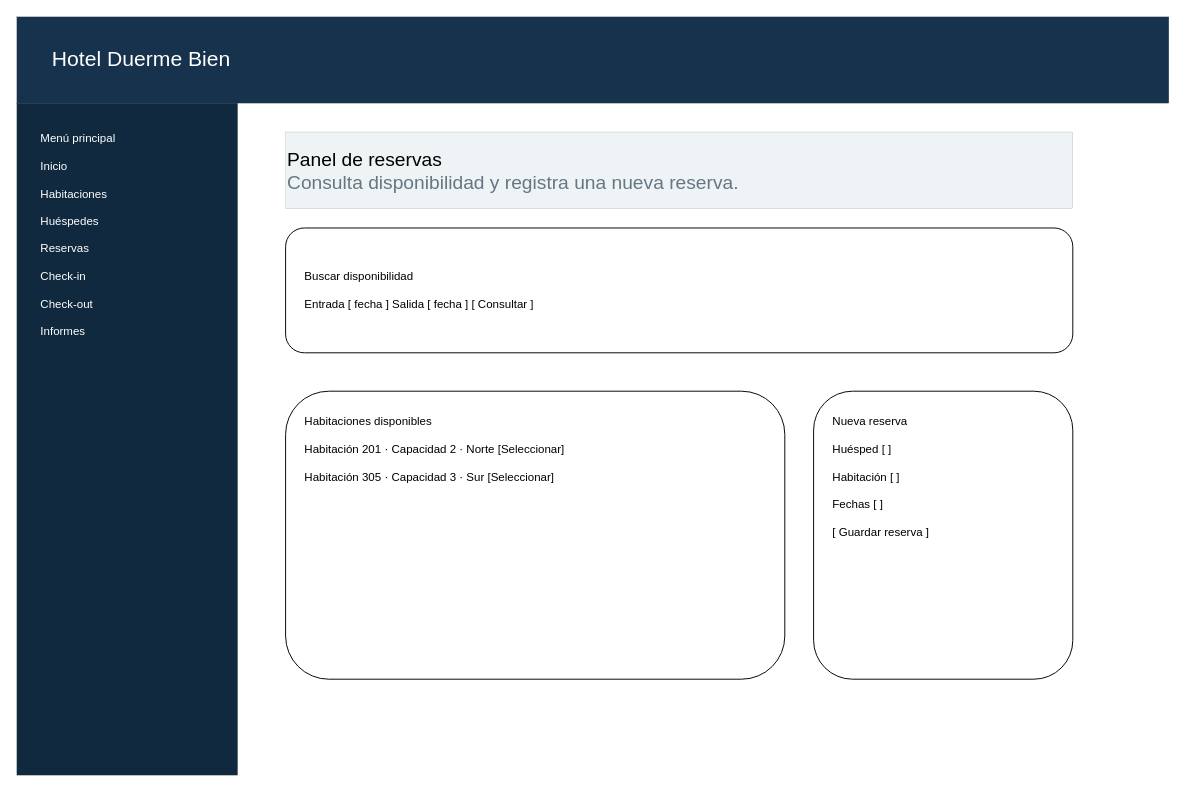
The draw.io diagram page "Mockup" (3 of 3) of diagramas-editables/10-interfaz-sketch-wireframe-mockup.drawio in Yutre3/diego, before the edit. Source tidied: cells renumbered, new cells numbered last; positions are measured from the earlier drawing's top-left corner, leaving out a move shared by most shapes. Both pictures are drawn from the tidied source at 96%, with x=0, y=0 at pixel (16, 16).
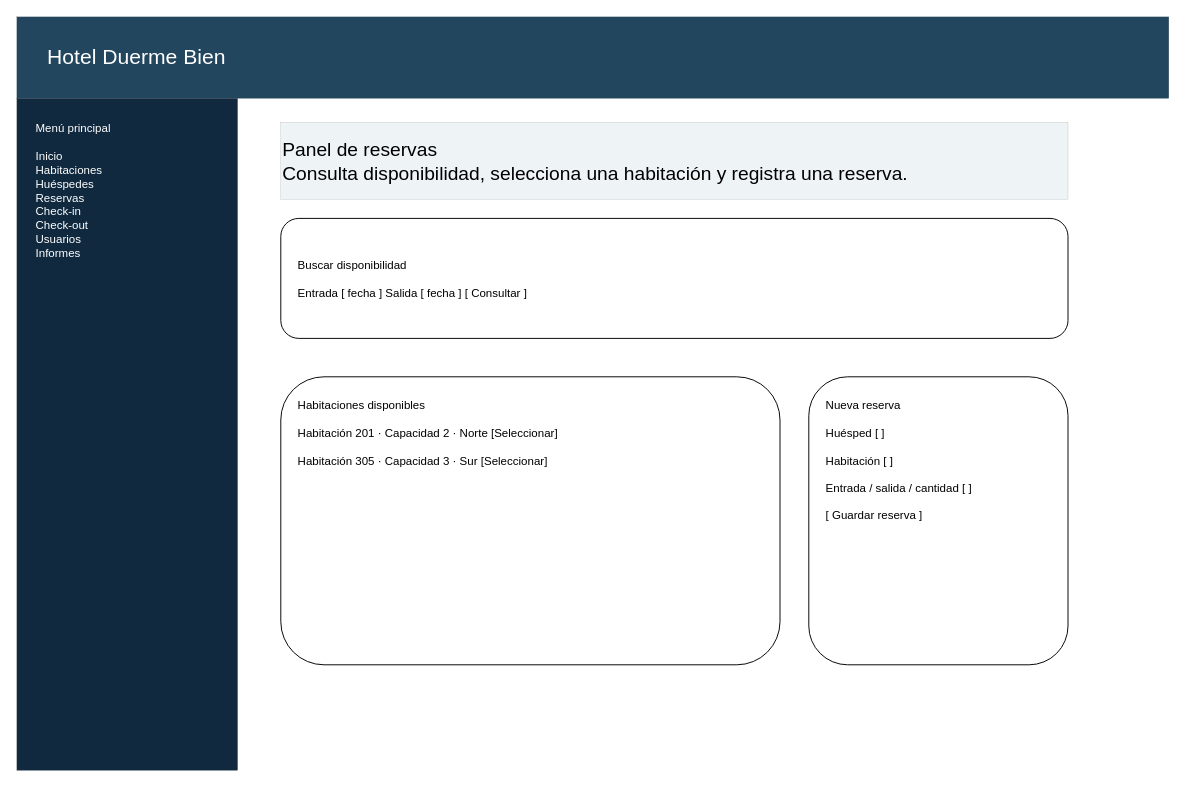
The same page after the edit.

The edit, as a diff of the source:
```diff
@@
 <mxGraphModel>
   <root>
     <mxCell id="0" />
     <mxCell id="1" parent="0" />
-    <mxCell id="2" value="Hotel Duerme Bien" style="rounded=0;whiteSpace=wrap;html=1;strokeWidth=0;fillColor=#17324d;fontColor=#ffffff;fontSize=22;align=left;spacingLeft=35;" parent="1" vertex="1">
-      <mxGeometry width="1200" height="90" as="geometry" />
+    <mxCell id="2" value="Hotel Duerme Bien" style="rounded=0;whiteSpace=wrap;html=1;strokeWidth=0;fillColor=#23465f;fontColor=#ffffff;fontSize=22;align=left;spacingLeft=30;" parent="1" vertex="1">
+      <mxGeometry width="1200" height="85" as="geometry" />
     </mxCell>
-    <mxCell id="3" value="Menú principal&lt;br&gt;&lt;br&gt;Inicio&lt;br&gt;&lt;br&gt;Habitaciones&lt;br&gt;&lt;br&gt;Huéspedes&lt;br&gt;&lt;br&gt;Reservas&lt;br&gt;&lt;br&gt;Check-in&lt;br&gt;&lt;br&gt;Check-out&lt;br&gt;&lt;br&gt;Informes" style="rounded=0;whiteSpace=wrap;html=1;strokeWidth=0;fillColor=#10293f;fontColor=#ffffff;align=left;verticalAlign=top;spacing=25;" parent="1" vertex="1">
-      <mxGeometry y="90" width="230" height="700" as="geometry" />
+    <mxCell id="3" value="Menú principal&#10;&#10;Inicio&#10;Habitaciones&#10;Huéspedes&#10;Reservas&#10;Check-in&#10;Check-out&#10;Usuarios&#10;Informes" style="rounded=0;whiteSpace=wrap;html=1;strokeWidth=0;fillColor=#10293f;fontColor=#ffffff;align=left;verticalAlign=top;spacing=20;" parent="1" vertex="1">
+      <mxGeometry y="85" width="230" height="700" as="geometry" />
     </mxCell>
-    <mxCell id="4" value="Panel de reservas&lt;br&gt;&lt;font color='#667782'&gt;Consulta disponibilidad y registra una nueva reserva.&lt;/font&gt;" style="rounded=0;whiteSpace=wrap;html=1;strokeWidth=0;fillColor=#eef3f5;align=left;fontSize=20;" parent="1" vertex="1">
-      <mxGeometry x="280" y="120" width="820" height="80" as="geometry" />
+    <mxCell id="4" value="Panel de reservas&#10;Consulta disponibilidad, selecciona una habitación y registra una reserva." style="rounded=0;whiteSpace=wrap;html=1;strokeWidth=0;fillColor=#eef3f5;align=left;fontSize=20;" parent="1" vertex="1">
+      <mxGeometry x="275" y="110" width="820" height="80" as="geometry" />
     </mxCell>
-    <mxCell id="5" value="Buscar disponibilidad&lt;br&gt;&lt;br&gt;Entrada     [ fecha ]      Salida     [ fecha ]                     [ Consultar ]" style="rounded=1;whiteSpace=wrap;html=1;strokeWidth=1;fillColor=#ffffff;align=left;spacing=20;" parent="1" vertex="1">
-      <mxGeometry x="280" y="220" width="820" height="130" as="geometry" />
+    <mxCell id="5" value="Buscar disponibilidad&#10;&#10;Entrada [ fecha ]     Salida [ fecha ]                 [ Consultar ]" style="rounded=1;whiteSpace=wrap;html=1;strokeWidth=1;fillColor=#ffffff;align=left;spacing=18;" parent="1" vertex="1">
+      <mxGeometry x="275" y="210" width="820" height="125" as="geometry" />
     </mxCell>
-    <mxCell id="6" value="Habitaciones disponibles&lt;br&gt;&lt;br&gt;Habitación 201 · Capacidad 2 · Norte          [Seleccionar]&lt;br&gt;&lt;br&gt;Habitación 305 · Capacidad 3 · Sur             [Seleccionar]" style="rounded=1;whiteSpace=wrap;html=1;strokeWidth=1;fillColor=#ffffff;align=left;verticalAlign=top;spacing=20;" parent="1" vertex="1">
-      <mxGeometry x="280" y="390" width="520" height="300" as="geometry" />
+    <mxCell id="6" value="Habitaciones disponibles&#10;&#10;Habitación 201 · Capacidad 2 · Norte          [Seleccionar]&#10;&#10;Habitación 305 · Capacidad 3 · Sur             [Seleccionar]" style="rounded=1;whiteSpace=wrap;html=1;strokeWidth=1;fillColor=#ffffff;align=left;verticalAlign=top;spacing=18;" parent="1" vertex="1">
+      <mxGeometry x="275" y="375" width="520" height="300" as="geometry" />
     </mxCell>
-    <mxCell id="7" value="Nueva reserva&lt;br&gt;&lt;br&gt;Huésped [          ]&lt;br&gt;&lt;br&gt;Habitación [          ]&lt;br&gt;&lt;br&gt;Fechas [          ]&lt;br&gt;&lt;br&gt;[ Guardar reserva ]" style="rounded=1;whiteSpace=wrap;html=1;strokeWidth=1;fillColor=#ffffff;align=left;verticalAlign=top;spacing=20;" parent="1" vertex="1">
-      <mxGeometry x="830" y="390" width="270" height="300" as="geometry" />
+    <mxCell id="7" value="Nueva reserva&#10;&#10;Huésped [ ]&#10;&#10;Habitación [ ]&#10;&#10;Entrada / salida / cantidad [ ]&#10;&#10;[ Guardar reserva ]" style="rounded=1;whiteSpace=wrap;html=1;strokeWidth=1;fillColor=#ffffff;align=left;verticalAlign=top;spacing=18;" parent="1" vertex="1">
+      <mxGeometry x="825" y="375" width="270" height="300" as="geometry" />
     </mxCell>
   </root>
 </mxGraphModel>
```
